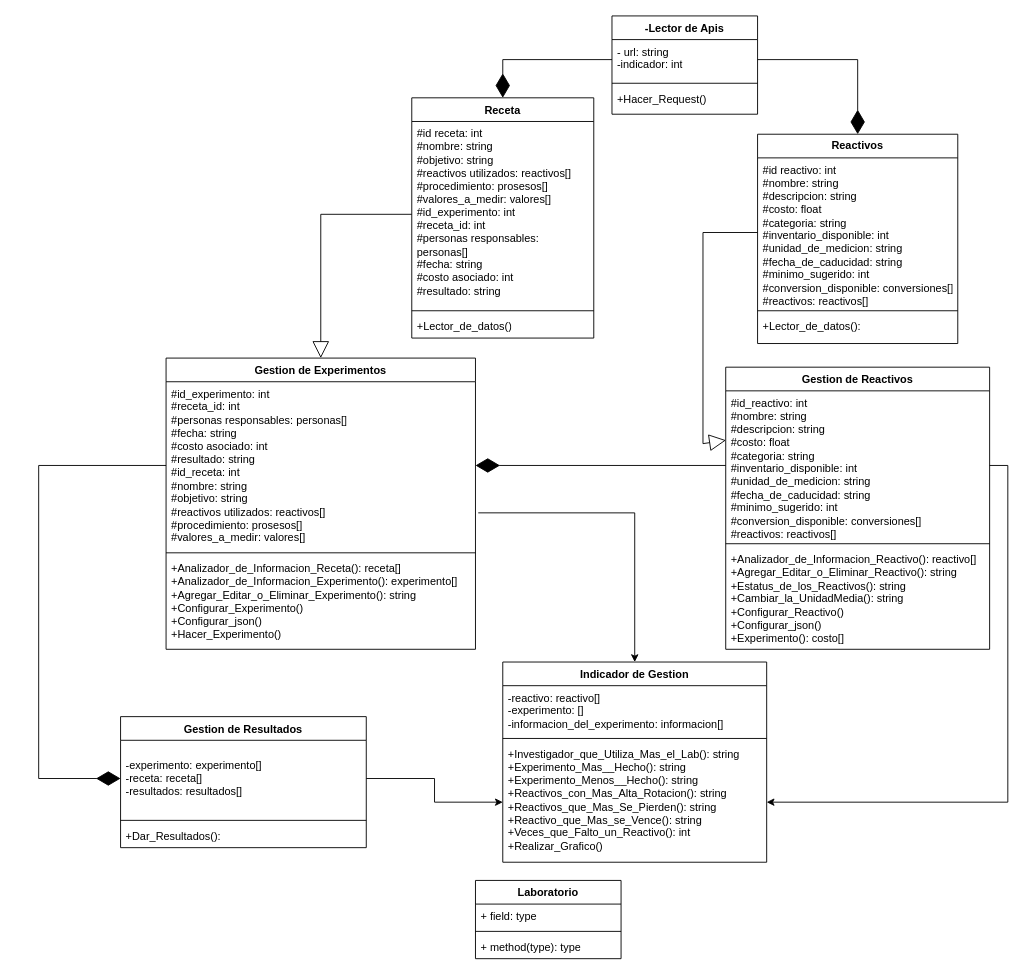
Earlier version of the draw.io diagram Diagrama_proyecto.drawio (Diegoafkx/Proyecto). Source tidied: cells renumbered, new cells numbered last; positions are measured from the earlier drawing's top-left corner, leaving out a move shared by most shapes. Both pictures are drawn from the tidied source at 91%, with x=0, y=0 at pixel (38, 15).
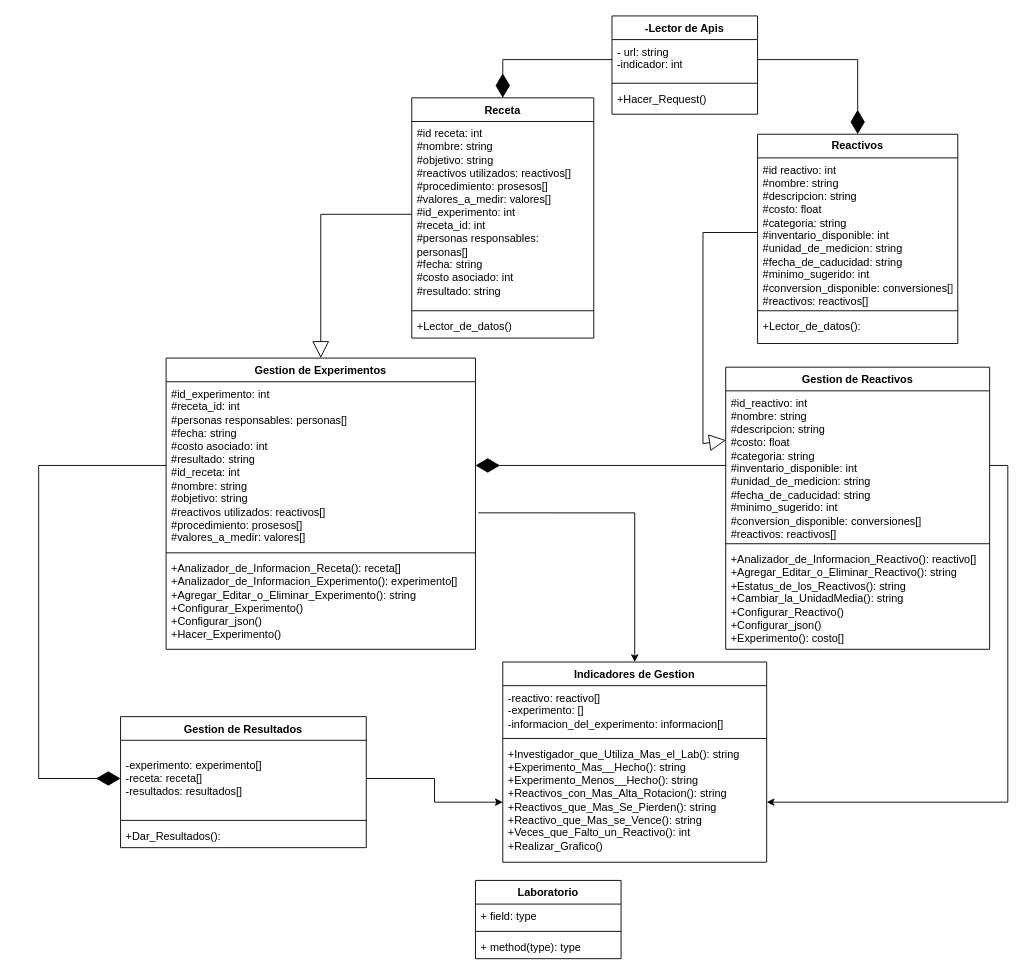
The same page after the edit.

Change to the diagram source:
```diff
@@
-    <mxCell id="18" value="Indicador de Gestion" style="swimlane;fontStyle=1;align=center;verticalAlign=top;horizontal=1;startSize=26;whiteSpace=wrap;html=1;" parent="1" vertex="1">
+    <mxCell id="18" value="Indicadores de Gestion" style="swimlane;fontStyle=1;align=center;verticalAlign=top;horizontal=1;startSize=26;whiteSpace=wrap;html=1;" parent="1" vertex="1">
       <mxGeometry x="510" y="710" width="290" height="220" as="geometry" />
     </mxCell>
```
